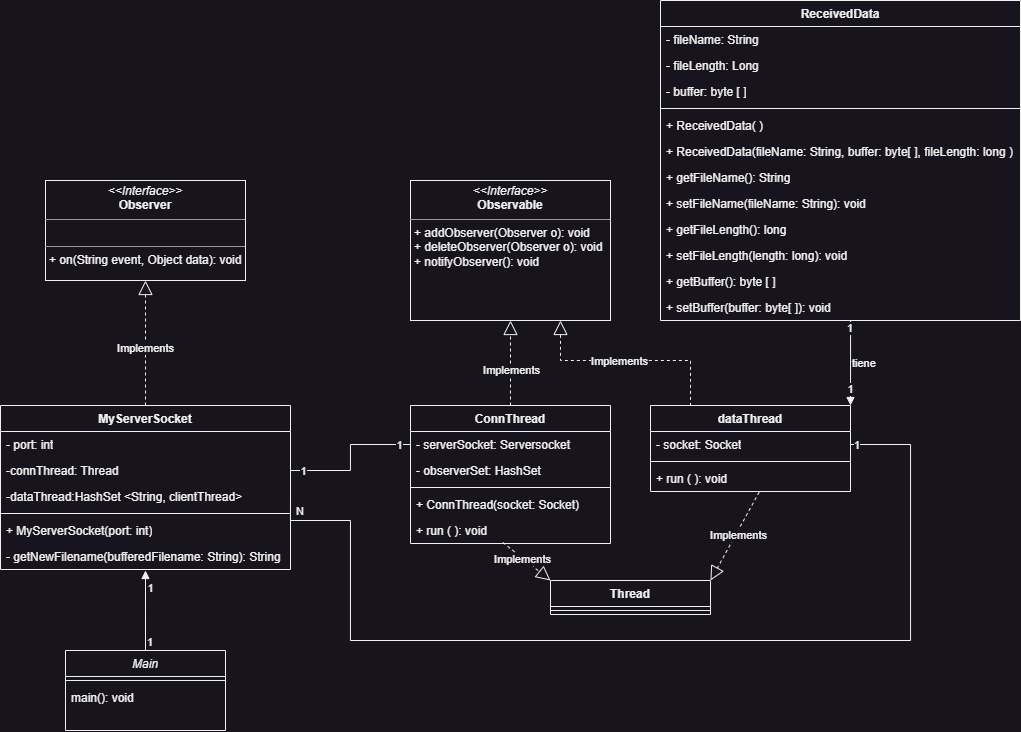
Before: Diagrama de Clases - Server Socket.drawio.png, a diagram exported from draw.io (borysinho/server-ftp-socket-java). Source tidied: cells renumbered, new cells last; positions are measured from the earlier drawing's top-left corner, leaving out a move shared by most shapes.
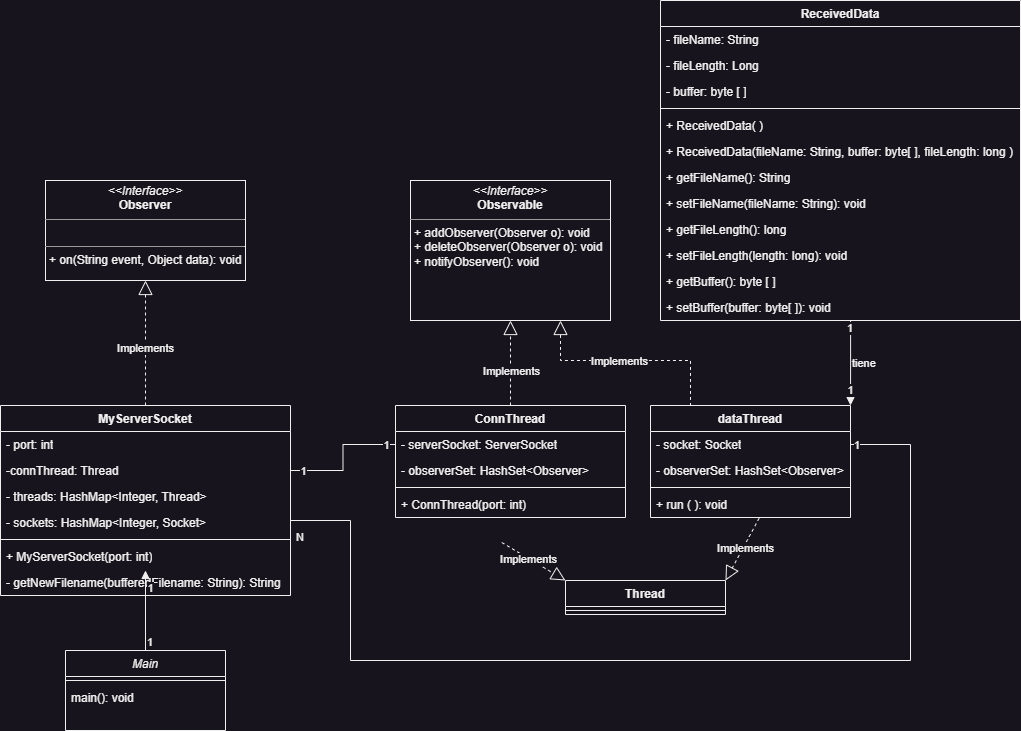
The same diagram one commit later.

Commit message:
Updated Diagram Class and deleted some unnecesary comments line code

What changed in the source:
```diff
@@ -12,7 +12,7 @@
       <mxGeometry y="34" width="160" height="26" as="geometry" />
     </mxCell>
     <mxCell id="5" value="MyServerSocket" style="swimlane;fontStyle=1;align=center;verticalAlign=top;horizontal=1;startSize=26;whiteSpace=wrap;html=1;" parent="1" vertex="1">
-      <mxGeometry y="405" width="290" height="164" as="geometry" />
+      <mxGeometry y="405" width="290" height="190" as="geometry" />
     </mxCell>
     <mxCell id="6" value="- port: int" style="text;strokeColor=none;fillColor=none;align=left;verticalAlign=top;spacingLeft=4;spacingRight=4;overflow=hidden;whiteSpace=wrap;html=1;" parent="5" vertex="1">
       <mxGeometry y="26" width="290" height="26" as="geometry" />
@@ -20,36 +20,36 @@
     <mxCell id="7" value="-connThread:&amp;nbsp;Thread" style="text;strokeColor=none;fillColor=none;align=left;verticalAlign=top;spacingLeft=4;spacingRight=4;overflow=hidden;points=[[0,0.5],[1,0.5]];portConstraint=eastwest;whiteSpace=wrap;html=1;" parent="5" vertex="1">
       <mxGeometry y="52" width="290" height="26" as="geometry" />
     </mxCell>
+    <mxCell id="61" value="- threads: HashMap&amp;lt;Integer, Thread&amp;gt;" style="text;strokeColor=none;fillColor=none;align=left;verticalAlign=top;spacingLeft=4;spacingRight=4;overflow=hidden;whiteSpace=wrap;html=1;" parent="5" vertex="1">
+      <mxGeometry y="78" width="290" height="26" as="geometry" />
+    </mxCell>
-    <mxCell id="8" value="-dataThread:HashSet &amp;lt;String, clientThread&amp;gt;" style="text;strokeColor=none;fillColor=none;align=left;verticalAlign=top;spacingLeft=4;spacingRight=4;overflow=hidden;points=[[0,0.5],[1,0.5]];portConstraint=eastwest;whiteSpace=wrap;html=1;" parent="5" vertex="1">
-      <mxGeometry y="78" width="290" height="26" as="geometry" />
+    <mxCell id="8" value="- sockets: HashMap&amp;lt;Integer, Socket&amp;gt;" style="text;strokeColor=none;fillColor=none;align=left;verticalAlign=top;spacingLeft=4;spacingRight=4;overflow=hidden;points=[[0,0.5],[1,0.5]];portConstraint=eastwest;whiteSpace=wrap;html=1;" parent="5" vertex="1">
+      <mxGeometry y="104" width="290" height="26" as="geometry" />
     </mxCell>
     <mxCell id="9" style="line;strokeWidth=1;fillColor=none;align=left;verticalAlign=middle;spacingTop=-1;spacingLeft=3;spacingRight=3;labelPosition=right;strokeColor=inherit;" parent="5" vertex="1">
-      <mxGeometry y="104" width="290" height="8" as="geometry" />
+      <mxGeometry y="130" width="290" height="8" as="geometry" />
     </mxCell>
     <mxCell id="10" value="+ MyServerSocket(port: int)" style="text;strokeColor=none;fillColor=none;align=left;verticalAlign=top;spacingLeft=4;spacingRight=4;overflow=hidden;whiteSpace=wrap;html=1;" parent="5" vertex="1">
-      <mxGeometry y="112" width="290" height="26" as="geometry" />
+      <mxGeometry y="138" width="290" height="26" as="geometry" />
     </mxCell>
     <mxCell id="11" value="- getNewFilename(bufferedFilename: String): String" style="text;strokeColor=none;fillColor=none;align=left;verticalAlign=top;spacingLeft=4;spacingRight=4;overflow=hidden;whiteSpace=wrap;html=1;" parent="5" vertex="1">
-      <mxGeometry y="138" width="290" height="26" as="geometry" />
+      <mxGeometry y="164" width="290" height="26" as="geometry" />
     </mxCell>
     <mxCell id="12" value="ConnThread" style="swimlane;fontStyle=1;align=center;verticalAlign=top;horizontal=1;startSize=26;whiteSpace=wrap;html=1;" parent="1" vertex="1">
-      <mxGeometry x="410" y="405" width="200" height="138" as="geometry" />
+      <mxGeometry x="395" y="405" width="230" height="112" as="geometry" />
     </mxCell>
-    <mxCell id="13" value="- serverSocket: Serversocket&amp;nbsp;" style="text;strokeColor=none;fillColor=none;align=left;verticalAlign=top;spacingLeft=4;spacingRight=4;overflow=hidden;points=[[0,0.5],[1,0.5]];portConstraint=eastwest;whiteSpace=wrap;html=1;" parent="12" vertex="1">
-      <mxGeometry y="26" width="200" height="26" as="geometry" />
+    <mxCell id="13" value="- serverSocket: ServerSocket" style="text;strokeColor=none;fillColor=none;align=left;verticalAlign=top;spacingLeft=4;spacingRight=4;overflow=hidden;points=[[0,0.5],[1,0.5]];portConstraint=eastwest;whiteSpace=wrap;html=1;" parent="12" vertex="1">
+      <mxGeometry y="26" width="230" height="26" as="geometry" />
     </mxCell>
-    <mxCell id="14" value="- observerSet: HashSet" style="text;strokeColor=none;fillColor=none;align=left;verticalAlign=top;spacingLeft=4;spacingRight=4;overflow=hidden;whiteSpace=wrap;html=1;" parent="12" vertex="1">
-      <mxGeometry y="52" width="200" height="26" as="geometry" />
+    <mxCell id="14" value="- observerSet: HashSet&amp;lt;Observer&amp;gt;" style="text;strokeColor=none;fillColor=none;align=left;verticalAlign=top;spacingLeft=4;spacingRight=4;overflow=hidden;whiteSpace=wrap;html=1;" parent="12" vertex="1">
+      <mxGeometry y="52" width="230" height="26" as="geometry" />
     </mxCell>
     <mxCell id="15" style="line;strokeWidth=1;fillColor=none;align=left;verticalAlign=middle;spacingTop=-1;spacingLeft=3;spacingRight=3;labelPosition=right;strokeColor=inherit;" parent="12" vertex="1">
-      <mxGeometry y="78" width="200" height="8" as="geometry" />
+      <mxGeometry y="78" width="230" height="8" as="geometry" />
     </mxCell>
-    <mxCell id="16" value="+ ConnThread(socket: Socket)" style="text;strokeColor=none;fillColor=none;align=left;verticalAlign=top;spacingLeft=4;spacingRight=4;overflow=hidden;whiteSpace=wrap;html=1;" parent="12" vertex="1">
-      <mxGeometry y="86" width="200" height="26" as="geometry" />
+    <mxCell id="16" value="+ ConnThread(port: int)" style="text;strokeColor=none;fillColor=none;align=left;verticalAlign=top;spacingLeft=4;spacingRight=4;overflow=hidden;whiteSpace=wrap;html=1;" parent="12" vertex="1">
+      <mxGeometry y="86" width="230" height="26" as="geometry" />
     </mxCell>
-    <mxCell id="17" value="+ run ( ): void" style="text;strokeColor=none;fillColor=none;align=left;verticalAlign=top;spacingLeft=4;spacingRight=4;overflow=hidden;points=[[0,0.5],[1,0.5]];portConstraint=eastwest;whiteSpace=wrap;html=1;" parent="12" vertex="1">
-      <mxGeometry y="112" width="200" height="26" as="geometry" />
-    </mxCell>
     <mxCell id="18" value="&lt;p style=&quot;margin:0px;margin-top:4px;text-align:center;&quot;&gt;&lt;i&gt;&amp;lt;&amp;lt;Interface&amp;gt;&amp;gt;&lt;/i&gt;&lt;br&gt;&lt;b&gt;Observer&lt;/b&gt;&lt;/p&gt;&lt;hr size=&quot;1&quot;&gt;&lt;p style=&quot;margin:0px;margin-left:4px;&quot;&gt;&lt;br&gt;&lt;/p&gt;&lt;hr size=&quot;1&quot;&gt;&lt;p style=&quot;margin:0px;margin-left:4px;&quot;&gt;+ on(String event, Object data): void&lt;/p&gt;" style="verticalAlign=top;align=left;overflow=fill;fontSize=12;fontFamily=Helvetica;html=1;whiteSpace=wrap;" parent="1" vertex="1">
       <mxGeometry x="45" y="180" width="200" height="100" as="geometry" />
     </mxCell>
@@ -73,13 +73,15 @@
       <mxGeometry x="-0.17" relative="1" as="geometry" />
     </mxCell>
     <mxCell id="24" value="Thread" style="swimlane;fontStyle=1;align=center;verticalAlign=top;horizontal=1;startSize=26;whiteSpace=wrap;html=1;" parent="1" vertex="1">
-      <mxGeometry x="550" y="580" width="160" height="34" as="geometry" />
+      <mxGeometry x="565" y="580" width="160" height="34" as="geometry" />
     </mxCell>
     <mxCell id="25" style="line;strokeWidth=1;fillColor=none;align=left;verticalAlign=middle;spacingTop=-1;spacingLeft=3;spacingRight=3;labelPosition=right;strokeColor=inherit;" parent="24" vertex="1">
       <mxGeometry y="26" width="160" height="8" as="geometry" />
     </mxCell>
-    <mxCell id="26" value="Im" style="endArrow=block;dashed=1;endFill=0;endSize=12;html=1;rounded=0;exitX=0.462;exitY=0.962;exitDx=0;exitDy=0;exitPerimeter=0;entryX=0;entryY=0;entryDx=0;entryDy=0;" parent="1" edge="1" source="17" target="24">
-      <mxGeometry relative="1" as="geometry" />
+    <mxCell id="26" value="Im" style="endArrow=block;dashed=1;endFill=0;endSize=12;html=1;rounded=0;exitX=0.462;exitY=0.962;exitDx=0;exitDy=0;exitPerimeter=0;entryX=0;entryY=0;entryDx=0;entryDy=0;" parent="1" edge="1" target="24">
+      <mxGeometry relative="1" as="geometry">
+        <mxPoint x="501.3" y="542" as="sourcePoint" />
+      </mxGeometry>
     </mxCell>
     <mxCell id="27" value="Implements" style="edgeLabel;html=1;align=center;verticalAlign=middle;" parent="26" vertex="1">
       <mxGeometry x="-0.17" y="-1" relative="1" as="geometry" />
@@ -98,24 +100,27 @@
       </mxGeometry>
     </mxCell>
     <mxCell id="31" value="dataThread" style="swimlane;fontStyle=1;align=center;verticalAlign=top;horizontal=1;startSize=26;whiteSpace=wrap;html=1;" parent="1" vertex="1">
-      <mxGeometry x="650" y="405" width="200" height="86" as="geometry" />
+      <mxGeometry x="650" y="405" width="200" height="112" as="geometry" />
     </mxCell>
     <mxCell id="32" value="- socket: Socket" style="text;strokeColor=none;fillColor=none;align=left;verticalAlign=top;spacingLeft=4;spacingRight=4;overflow=hidden;points=[[0,0.5],[1,0.5]];portConstraint=eastwest;whiteSpace=wrap;html=1;" parent="31" vertex="1">
       <mxGeometry y="26" width="200" height="26" as="geometry" />
     </mxCell>
+    <mxCell id="62" value="- observerSet: HashSet&amp;lt;Observer&amp;gt;" style="text;strokeColor=none;fillColor=none;align=left;verticalAlign=top;spacingLeft=4;spacingRight=4;overflow=hidden;whiteSpace=wrap;html=1;" parent="31" vertex="1">
+      <mxGeometry y="52" width="200" height="26" as="geometry" />
+    </mxCell>
     <mxCell id="33" style="line;strokeWidth=1;fillColor=none;align=left;verticalAlign=middle;spacingTop=-1;spacingLeft=3;spacingRight=3;labelPosition=right;strokeColor=inherit;" parent="31" vertex="1">
-      <mxGeometry y="52" width="200" height="8" as="geometry" />
+      <mxGeometry y="78" width="200" height="8" as="geometry" />
     </mxCell>
     <mxCell id="34" value="+ run ( ): void" style="text;strokeColor=none;fillColor=none;align=left;verticalAlign=top;spacingLeft=4;spacingRight=4;overflow=hidden;points=[[0,0.5],[1,0.5]];portConstraint=eastwest;whiteSpace=wrap;html=1;" parent="31" vertex="1">
-      <mxGeometry y="60" width="200" height="26" as="geometry" />
+      <mxGeometry y="86" width="200" height="26" as="geometry" />
     </mxCell>
     <mxCell id="35" style="endArrow=none;html=1;edgeStyle=orthogonalEdgeStyle;rounded=0;exitX=1;exitY=0.5;exitDx=0;exitDy=0;entryX=1;entryY=0.5;entryDx=0;entryDy=0;" parent="1" edge="1" source="8" target="32">
       <mxGeometry relative="1" as="geometry">
         <Array as="points">
           <mxPoint x="290" y="520" />
           <mxPoint x="350" y="520" />
-          <mxPoint x="350" y="640" />
-          <mxPoint x="910" y="640" />
+          <mxPoint x="350" y="660" />
+          <mxPoint x="910" y="660" />
           <mxPoint x="910" y="444" />
         </Array>
       </mxGeometry>
```
